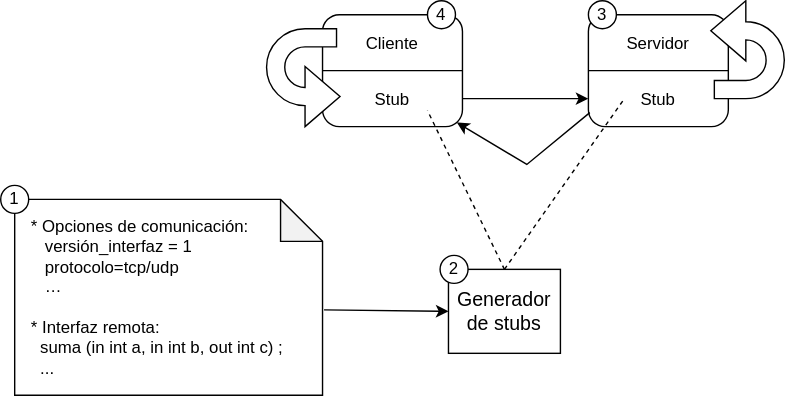
acaldero/uc3m_sd keeps this draw.io diagram as transparencias/ssdd_rpc/ssdd_rpc_drawio_36.svg. Above is the earlier version. Source tidied: cells renumbered, new cells last; positions are measured from the earlier drawing's top-left corner, leaving out a move shared by most shapes.
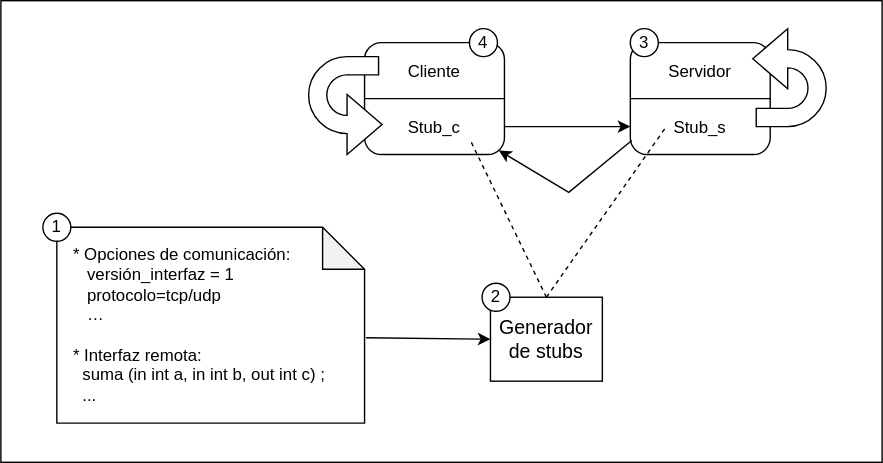
Above is the later version.

Change to the diagram source:
```diff
@@ -2,6 +2,9 @@
   <root>
     <mxCell id="0" />
     <mxCell id="1" parent="0" />
+    <mxCell id="25" style="rounded=0;whiteSpace=wrap;html=1;" parent="1" vertex="1">
+      <mxGeometry x="-30" y="-20" width="630" height="330" as="geometry" />
+    </mxCell>
     <mxCell id="2" style="group;fontSize=14;" parent="1" vertex="1">
       <mxGeometry x="230" y="10" width="100" height="80" as="geometry" />
     </mxCell>
@@ -14,7 +17,7 @@
     <mxCell id="5" value="Cliente" style="text;html=1;align=center;verticalAlign=middle;whiteSpace=wrap;rounded=0;" parent="2" vertex="1">
       <mxGeometry x="25" y="6" width="50" height="30" as="geometry" />
     </mxCell>
-    <mxCell id="6" value="Stub" style="text;html=1;align=center;verticalAlign=middle;whiteSpace=wrap;rounded=0;" parent="2" vertex="1">
+    <mxCell id="6" value="Stub_c" style="text;html=1;align=center;verticalAlign=middle;whiteSpace=wrap;rounded=0;" parent="2" vertex="1">
       <mxGeometry x="25" y="46" width="50" height="30" as="geometry" />
     </mxCell>
     <mxCell id="7" style="html=1;shadow=0;dashed=0;align=center;verticalAlign=middle;shape=mxgraph.arrows2.uTurnArrow;dy=6.5;arrowHead=43;dx2=25;rotation=-180;flipH=1;" parent="2" vertex="1">
@@ -35,7 +38,7 @@
     <mxCell id="12" value="Servidor" style="text;html=1;align=center;verticalAlign=middle;whiteSpace=wrap;rounded=0;" parent="9" vertex="1">
       <mxGeometry x="25" y="6" width="50" height="30" as="geometry" />
     </mxCell>
-    <mxCell id="13" value="Stub" style="text;html=1;align=center;verticalAlign=middle;whiteSpace=wrap;rounded=0;" parent="9" vertex="1">
+    <mxCell id="13" value="Stub_s" style="text;html=1;align=center;verticalAlign=middle;whiteSpace=wrap;rounded=0;" parent="9" vertex="1">
       <mxGeometry x="25" y="46" width="50" height="30" as="geometry" />
     </mxCell>
     <mxCell id="14" style="endArrow=classic;html=1;rounded=0;entryX=0;entryY=0.75;entryDx=0;entryDy=0;exitX=1;exitY=0.75;exitDx=0;exitDy=0;" parent="1" edge="1" source="3" target="10">
```
